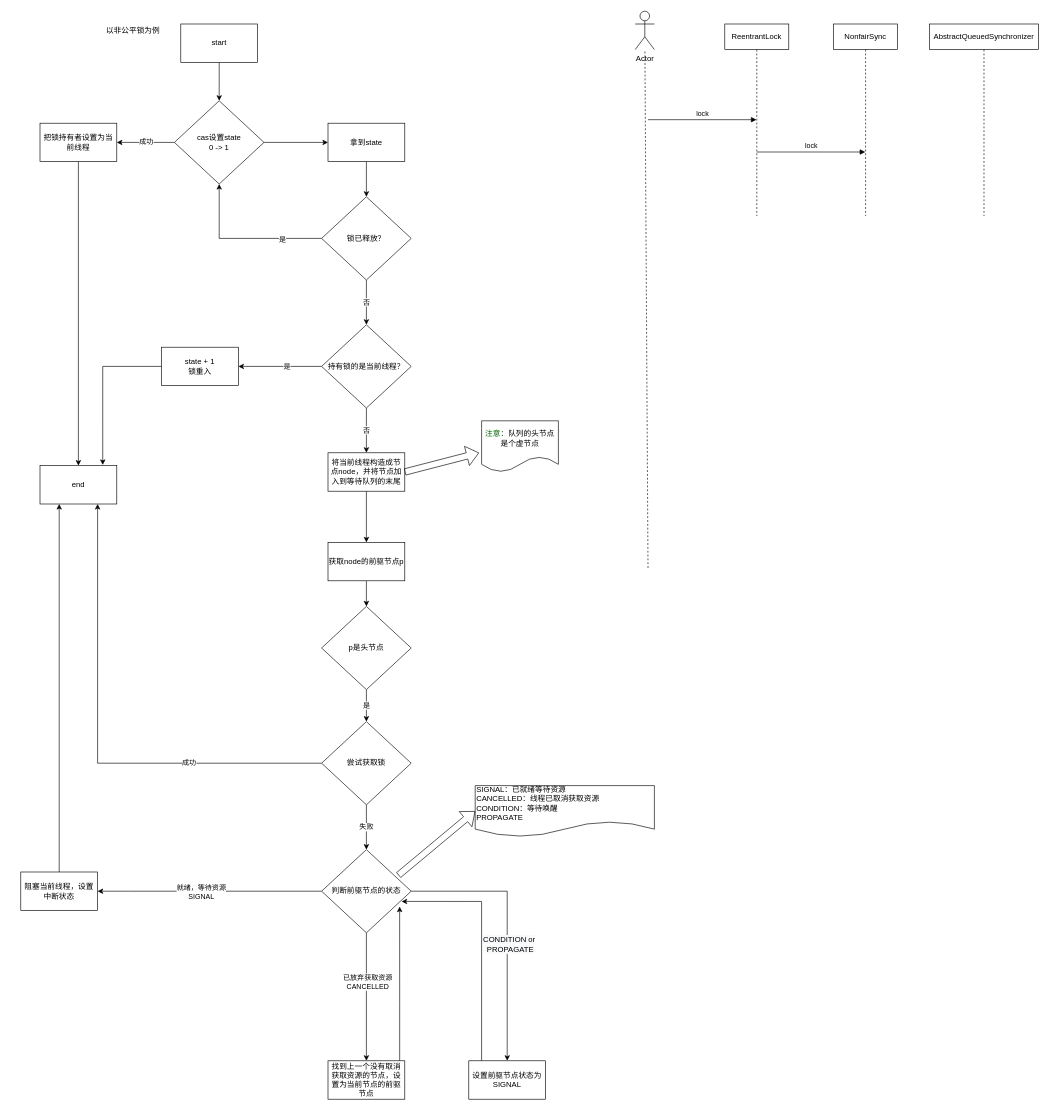
The draw.io diagram page "lock" (2 of 3) of graphics/ReentrantLock、synchronized&AQS.drawio in xiaomingcong/learnAlgorithm, before the edit. Source tidied: cells renumbered, new cells numbered last; positions are measured from the earlier drawing's top-left corner, leaving out a move shared by most shapes. Both pictures are drawn from the tidied source at 64%, with x=0, y=0 at pixel (20, 11).
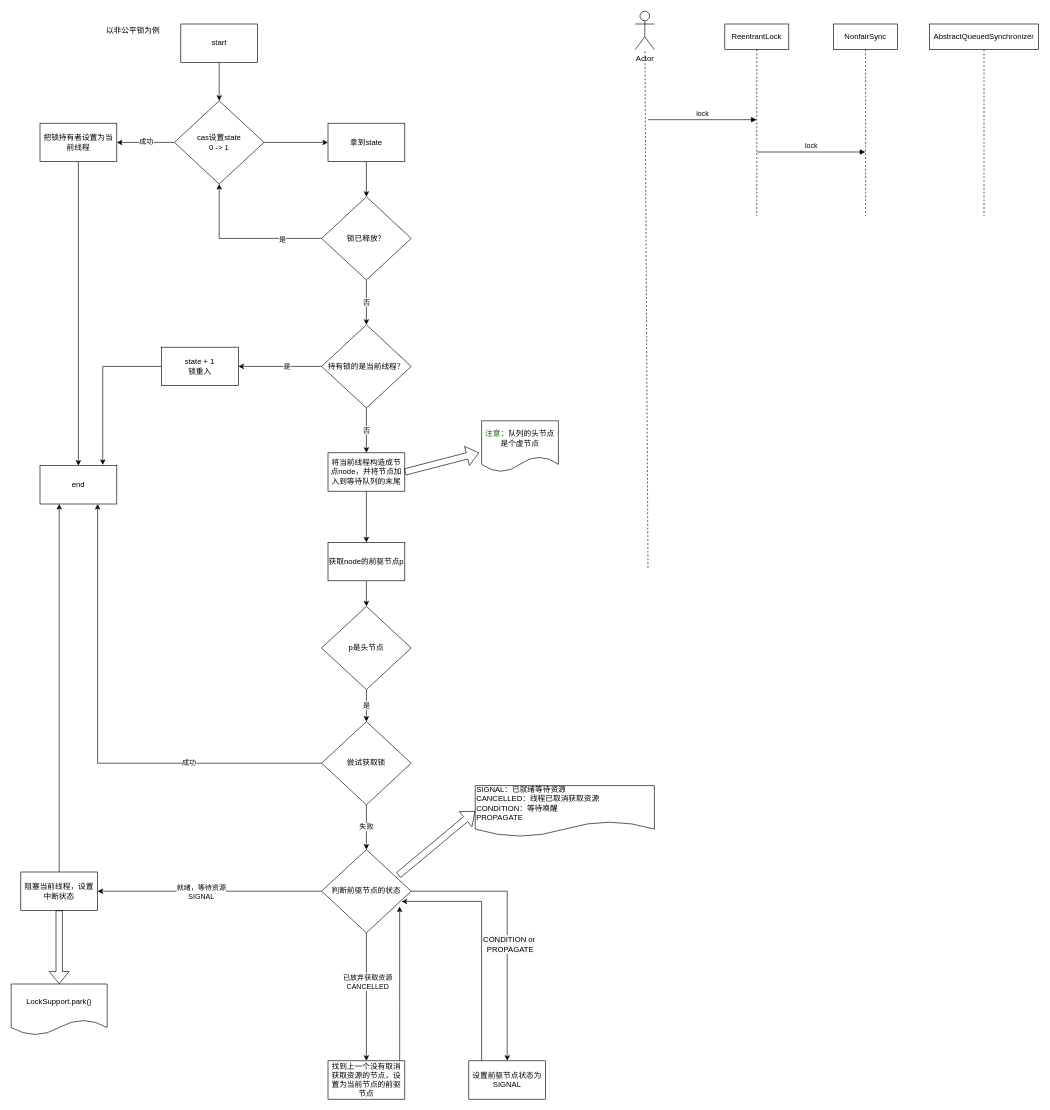
After the change.

The change refers to these unchanged cells:
```xml
<mxCell id="51" value="阻塞当前线程，设置中断状态" style="whiteSpace=wrap;html=1;fontColor=#000000;" parent="1" vertex="1">
  <mxGeometry y="1345" width="120" height="60" as="geometry" />
</mxCell>
```

What changed in the source:
```diff
@@
+    <mxCell id="58" value="LockSupport.park()" style="shape=document;whiteSpace=wrap;html=1;boundedLbl=1;fontColor=#000000;" parent="1" vertex="1">
+      <mxGeometry x="-15" y="1520" width="150" height="80" as="geometry" />
+    </mxCell>
+    <mxCell id="59" style="shape=flexArrow;endArrow=classic;html=1;rounded=0;fontColor=#000000;exitX=0.5;exitY=1;exitDx=0;exitDy=0;entryX=0.5;entryY=0;entryDx=0;entryDy=0;" parent="1" edge="1" source="51" target="58">
+      <mxGeometry relative="1" as="geometry" />
+    </mxCell>
```
